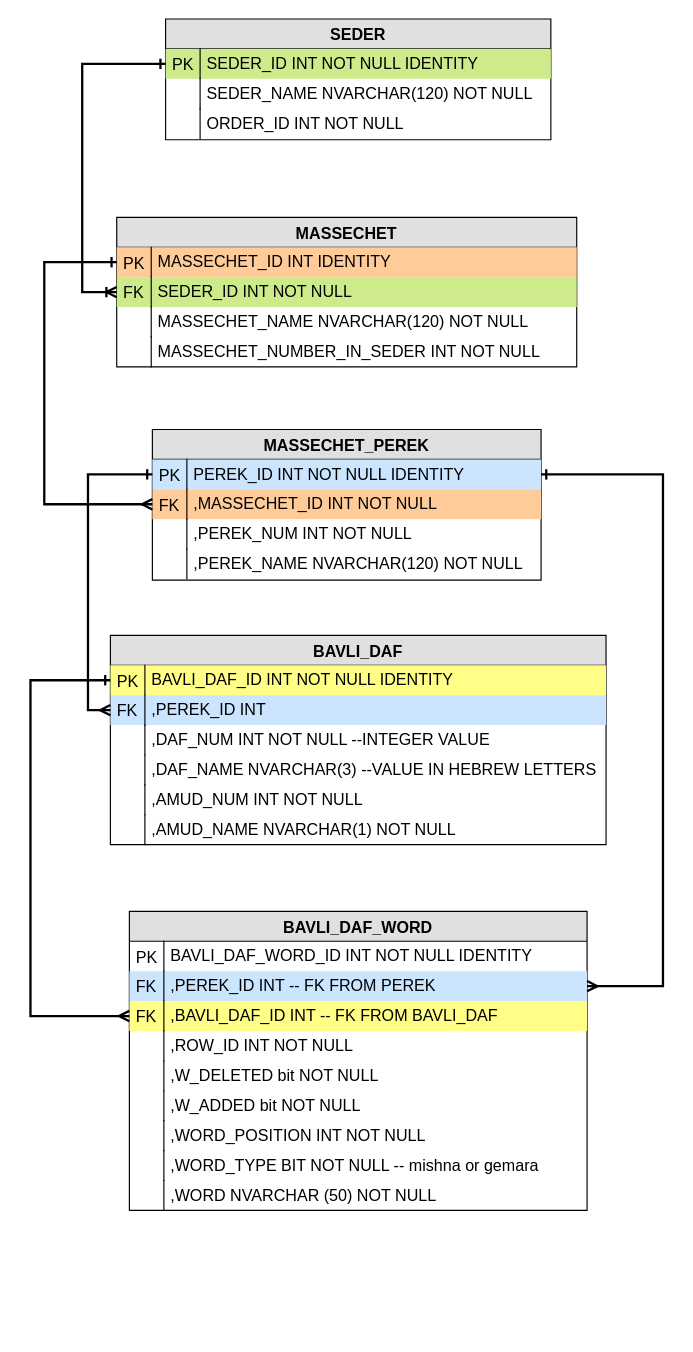
Earlier version of the draw.io diagram db_drawings/KimeTsion.drawio (mdanielov/limud-kodesh). Source tidied: cells renumbered, new cells numbered last; positions are measured from the earlier drawing's top-left corner, leaving out a move shared by most shapes. Both pictures are drawn from the tidied source at 115%, with x=0, y=0 at pixel (30, 18).
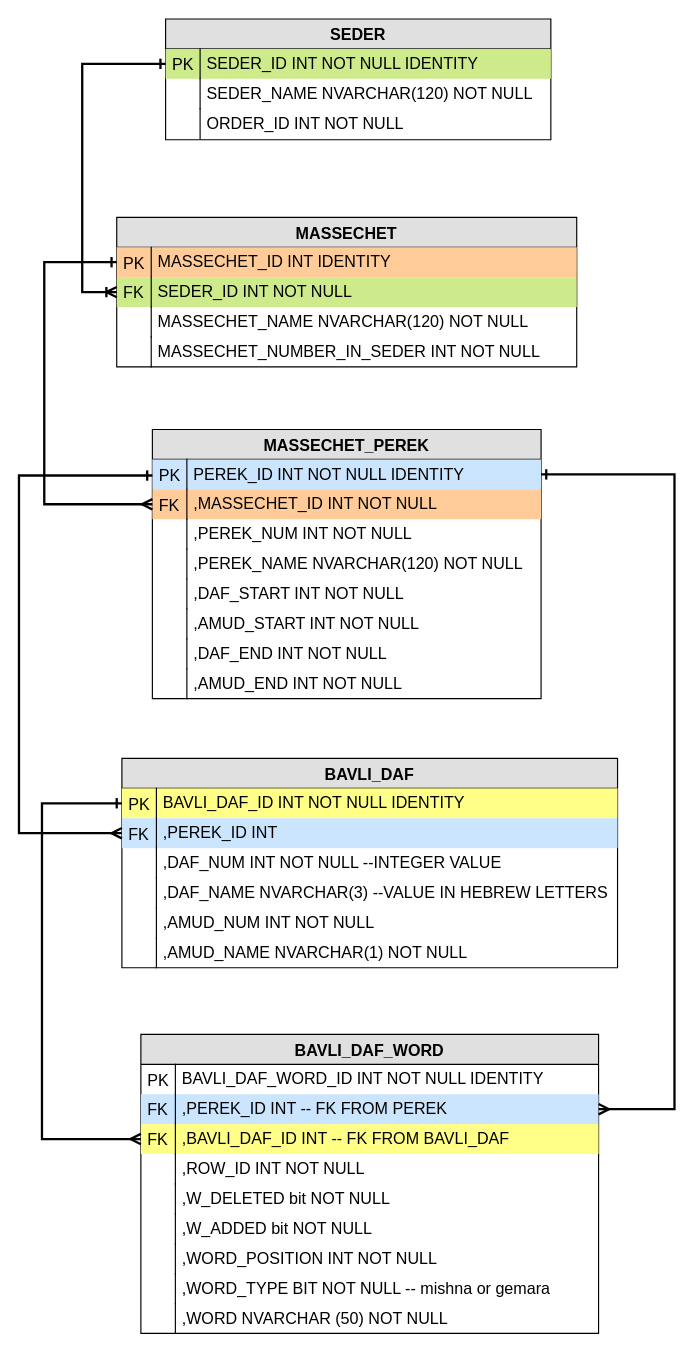
After the change.

Commit message:
update kimetzion diagram

Unchanged cells that the change refers to:
```xml
<mxCell id="19" value="PEREK_ID INT NOT NULL IDENTITY" style="shape=partialRectangle;top=0;left=0;right=0;bottom=0;align=left;verticalAlign=top;spacingTop=-2;fillColor=#cce5ff;spacingLeft=34;spacingRight=4;overflow=hidden;points=[[0,0.5],[1,0.5]];portConstraint=eastwest;strokeColor=#36393d;fontSize=14;" parent="18" vertex="1">
  <mxGeometry y="26" width="338" height="26" as="geometry" />
</mxCell>
<mxCell id="30" value="BAVLI_DAF_ID INT NOT NULL IDENTITY" style="shape=partialRectangle;top=0;left=0;right=0;bottom=0;align=left;verticalAlign=top;spacingTop=-2;fillColor=#ffff88;spacingLeft=34;spacingRight=4;overflow=hidden;points=[[0,0.5],[1,0.5]];portConstraint=eastwest;strokeColor=#36393d;fontSize=14;" parent="29" vertex="1">
  <mxGeometry y="26" width="431" height="26" as="geometry" />
</mxCell>
<mxCell id="32" value=",PEREK_ID INT" style="shape=partialRectangle;top=0;left=0;right=0;bottom=0;align=left;verticalAlign=top;spacingTop=-2;fillColor=#cce5ff;spacingLeft=34;spacingRight=4;overflow=hidden;points=[[0,0.5],[1,0.5]];portConstraint=eastwest;strokeColor=#36393d;fontSize=14;" parent="29" vertex="1">
  <mxGeometry y="52" width="431" height="26" as="geometry" />
</mxCell>
<mxCell id="45" value=",PEREK_ID INT -- FK FROM PEREK" style="shape=partialRectangle;top=0;left=0;right=0;bottom=0;align=left;verticalAlign=top;spacingTop=-2;fillColor=#cce5ff;spacingLeft=34;spacingRight=4;overflow=hidden;points=[[0,0.5],[1,0.5]];portConstraint=eastwest;strokeColor=#36393d;fontSize=14;" parent="42" vertex="1">
  <mxGeometry y="52" width="398" height="26" as="geometry" />
</mxCell>
<mxCell id="47" value=",BAVLI_DAF_ID INT -- FK FROM BAVLI_DAF" style="shape=partialRectangle;top=0;left=0;right=0;bottom=0;align=left;verticalAlign=top;spacingTop=-2;fillColor=#ffff88;spacingLeft=34;spacingRight=4;overflow=hidden;points=[[0,0.5],[1,0.5]];portConstraint=eastwest;strokeColor=#36393d;fontSize=14;" parent="42" vertex="1">
  <mxGeometry y="78" width="398" height="26" as="geometry" />
</mxCell>
```

The edit, as a diff of the source:
```diff
@@
     <mxCell id="18" value="MASSECHET_PEREK" style="swimlane;fontStyle=1;horizontal=1;startSize=26;fillColor=#e0e0e0;swimlaneFillColor=#ffffff;align=center;fontSize=14;" parent="1" vertex="1">
-      <mxGeometry x="106" y="357" width="338" height="131" as="geometry" />
+      <mxGeometry x="106" y="357" width="338" height="234" as="geometry" />
     </mxCell>
@@
+    <mxCell id="64" value=",DAF_START INT NOT NULL" style="shape=partialRectangle;top=0;left=0;right=0;bottom=0;align=left;verticalAlign=top;spacingTop=-2;fillColor=none;spacingLeft=34;spacingRight=4;overflow=hidden;fontSize=14;" parent="18" vertex="1">
+      <mxGeometry y="130" width="338" height="26" as="geometry" />
+    </mxCell>
+    <mxCell id="65" style="shape=partialRectangle;top=0;left=0;bottom=0;fillColor=none;align=left;verticalAlign=middle;spacingLeft=4;spacingRight=4;overflow=hidden;" parent="64" vertex="1">
+      <mxGeometry width="30" height="26" as="geometry" />
+    </mxCell>
+    <mxCell id="66" value=",AMUD_START INT NOT NULL" style="shape=partialRectangle;top=0;left=0;right=0;bottom=0;align=left;verticalAlign=top;spacingTop=-2;fillColor=none;spacingLeft=34;spacingRight=4;overflow=hidden;fontSize=14;" parent="18" vertex="1">
+      <mxGeometry y="156" width="338" height="26" as="geometry" />
+    </mxCell>
+    <mxCell id="67" style="shape=partialRectangle;top=0;left=0;bottom=0;fillColor=none;align=left;verticalAlign=middle;spacingLeft=4;spacingRight=4;overflow=hidden;" parent="66" vertex="1">
+      <mxGeometry width="30" height="26" as="geometry" />
+    </mxCell>
+    <mxCell id="68" value=",DAF_END INT NOT NULL" style="shape=partialRectangle;top=0;left=0;right=0;bottom=0;align=left;verticalAlign=top;spacingTop=-2;fillColor=none;spacingLeft=34;spacingRight=4;overflow=hidden;fontSize=14;" parent="18" vertex="1">
+      <mxGeometry y="182" width="338" height="26" as="geometry" />
+    </mxCell>
+    <mxCell id="69" style="shape=partialRectangle;top=0;left=0;bottom=0;fillColor=none;align=left;verticalAlign=middle;spacingLeft=4;spacingRight=4;overflow=hidden;" parent="68" vertex="1">
+      <mxGeometry width="30" height="26" as="geometry" />
+    </mxCell>
+    <mxCell id="70" value=",AMUD_END INT NOT NULL" style="shape=partialRectangle;top=0;left=0;right=0;bottom=0;align=left;verticalAlign=top;spacingTop=-2;fillColor=none;spacingLeft=34;spacingRight=4;overflow=hidden;fontSize=14;" parent="18" vertex="1">
+      <mxGeometry y="208" width="338" height="26" as="geometry" />
+    </mxCell>
+    <mxCell id="71" style="shape=partialRectangle;top=0;left=0;bottom=0;fillColor=none;align=left;verticalAlign=middle;spacingLeft=4;spacingRight=4;overflow=hidden;" parent="70" vertex="1">
+      <mxGeometry width="30" height="26" as="geometry" />
+    </mxCell>
@@
     <mxCell id="29" value="BAVLI_DAF" style="swimlane;fontStyle=1;horizontal=1;startSize=26;fillColor=#e0e0e0;swimlaneFillColor=#ffffff;align=center;fontSize=14;" parent="1" vertex="1">
-      <mxGeometry x="69.5" y="536" width="431" height="182" as="geometry" />
+      <mxGeometry x="79.5" y="643" width="431" height="182" as="geometry" />
     </mxCell>
@@
     <mxCell id="42" value="BAVLI_DAF_WORD" style="swimlane;fontStyle=1;horizontal=1;startSize=26;fillColor=#e0e0e0;swimlaneFillColor=#ffffff;align=center;fontSize=14;" parent="1" vertex="1">
-      <mxGeometry x="86" y="776" width="398" height="260" as="geometry" />
+      <mxGeometry x="96" y="883" width="398" height="260" as="geometry" />
     </mxCell>
@@
     <mxCell id="61" style="edgeStyle=orthogonalEdgeStyle;rounded=0;jettySize=auto;html=1;entryX=0;entryY=0.5;entryDx=0;entryDy=0;startArrow=ERone;startFill=0;endArrow=ERmany;endFill=0;strokeWidth=2;" parent="1" edge="1" source="19" target="32">
       <mxGeometry relative="1" as="geometry">
         <Array as="points">
-          <mxPoint x="50" y="396.5" />
-          <mxPoint x="50" y="600.5" />
+          <mxPoint x="-10" y="397" />
+          <mxPoint x="-10" y="708" />
         </Array>
       </mxGeometry>
     </mxCell>
     <mxCell id="62" style="edgeStyle=orthogonalEdgeStyle;rounded=0;jettySize=auto;html=1;exitX=0;exitY=0.5;exitDx=0;exitDy=0;entryX=0;entryY=0.5;entryDx=0;entryDy=0;startArrow=ERone;startFill=0;endArrow=ERmany;endFill=0;strokeWidth=2;" parent="1" edge="1" source="30" target="47">
       <mxGeometry relative="1" as="geometry">
         <Array as="points">
-          <mxPoint y="574.5" />
-          <mxPoint y="866.5" />
+          <mxPoint x="10" y="681.5" />
+          <mxPoint x="10" y="973.5" />
         </Array>
       </mxGeometry>
     </mxCell>
     <mxCell id="63" style="edgeStyle=orthogonalEdgeStyle;rounded=0;jettySize=auto;html=1;exitX=1;exitY=0.5;exitDx=0;exitDy=0;entryX=1;entryY=0.5;entryDx=0;entryDy=0;startArrow=ERone;startFill=0;endArrow=ERmany;endFill=0;strokeWidth=2;" parent="1" edge="1" source="19" target="45">
       <mxGeometry relative="1" as="geometry">
         <Array as="points">
-          <mxPoint x="550" y="396" />
-          <mxPoint x="550" y="841" />
+          <mxPoint x="560" y="396" />
+          <mxPoint x="560" y="948" />
         </Array>
       </mxGeometry>
     </mxCell>
```
